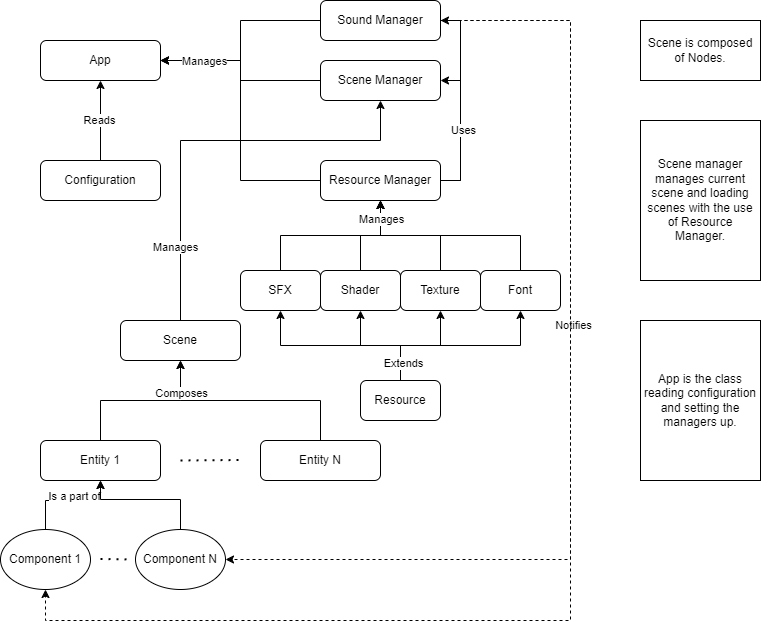
The draw.io diagram Docs/LF2_Clone_class_relations.png in megabombus-rex/LF2_Clone, before a commit. Source tidied: cells renumbered, new cells last; positions are measured from the earlier drawing's top-left corner, leaving out a move shared by most shapes.
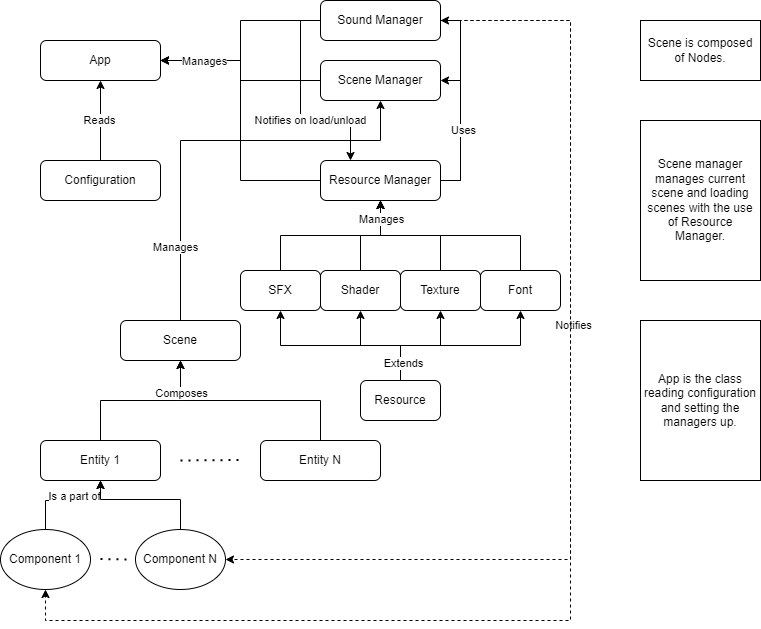
The same diagram one commit later.

Diff of the diagram source:
```diff
@@ -52,6 +52,18 @@
         </Array>
       </mxGeometry>
     </mxCell>
+    <mxCell id="52" style="edgeStyle=orthogonalEdgeStyle;rounded=0;jettySize=auto;html=1;exitX=0;exitY=0.5;exitDx=0;exitDy=0;entryX=0.25;entryY=0;entryDx=0;entryDy=0;" parent="1" edge="1" source="15" target="9">
+      <mxGeometry relative="1" as="geometry">
+        <Array as="points">
+          <mxPoint x="300" y="20" />
+          <mxPoint x="300" y="120" />
+          <mxPoint x="350" y="120" />
+        </Array>
+      </mxGeometry>
+    </mxCell>
+    <mxCell id="53" value="Notifies on load/unload" style="edgeLabel;html=1;align=center;verticalAlign=middle;" parent="52" vertex="1">
+      <mxGeometry x="0.23" y="1" relative="1" as="geometry" />
+    </mxCell>
     <mxCell id="15" value="Sound Manager" style="rounded=1;whiteSpace=wrap;html=1;fontSize=12;glass=0;strokeWidth=1;shadow=0;" parent="1" vertex="1">
       <mxGeometry x="320" width="120" height="40" as="geometry" />
     </mxCell>
```
